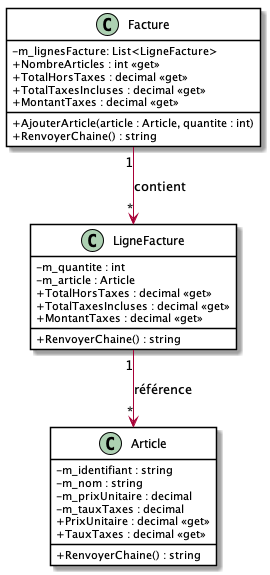
Earlier version of the PlantUML export images/Module03_Association/diag/src/FactureDiagClasses_Exercices/FactureDiagClasses.png (PiFou86/420-W20-SF).
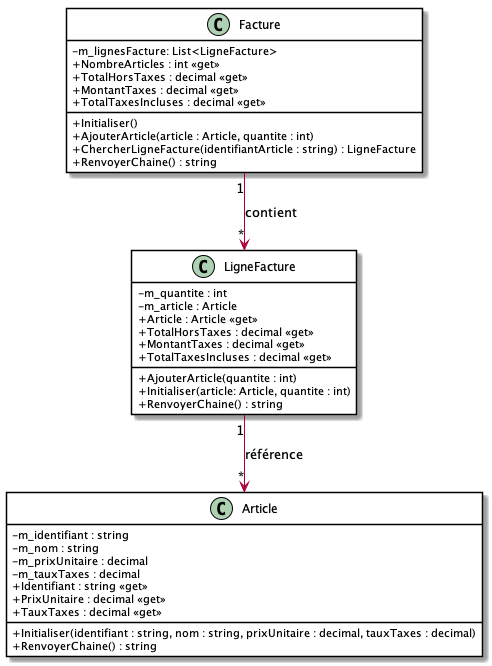
The same diagram one commit later.

The edit, as a diff of the source:
```diff
@@ -12,17 +12,22 @@
     - m_lignesFacture: List<LigneFacture>
     + NombreArticles : int <<get>>
     + TotalHorsTaxes : decimal <<get>>
+    + MontantTaxes : decimal <<get>>
     + TotalTaxesIncluses : decimal <<get>>
-    + MontantTaxes : decimal <<get>>
+    + Initialiser()
     + AjouterArticle(article : Article, quantite : int)
+    + ChercherLigneFacture(identifiantArticle : string) : LigneFacture
     + RenvoyerChaine() : string
 }
 class LigneFacture {
     - m_quantite : int
     - m_article : Article
+    + Article : Article <<get>>
     + TotalHorsTaxes : decimal <<get>>
+    + MontantTaxes : decimal <<get>>
     + TotalTaxesIncluses : decimal <<get>>
-    + MontantTaxes : decimal <<get>>
+    + AjouterArticle(quantite : int)
+    + Initialiser(article: Article, quantite : int)
     + RenvoyerChaine() : string
 }
 class Article {
@@ -30,8 +35,10 @@
     - m_nom : string
     - m_prixUnitaire : decimal
     - m_tauxTaxes : decimal
+    + Identifiant : string <<get>>
     + PrixUnitaire : decimal <<get>>
     + TauxTaxes : decimal <<get>>
+    + Initialiser(identifiant : string, nom : string, prixUnitaire : decimal, tauxTaxes : decimal)
     + RenvoyerChaine() : string
 }
 @enduml
```
